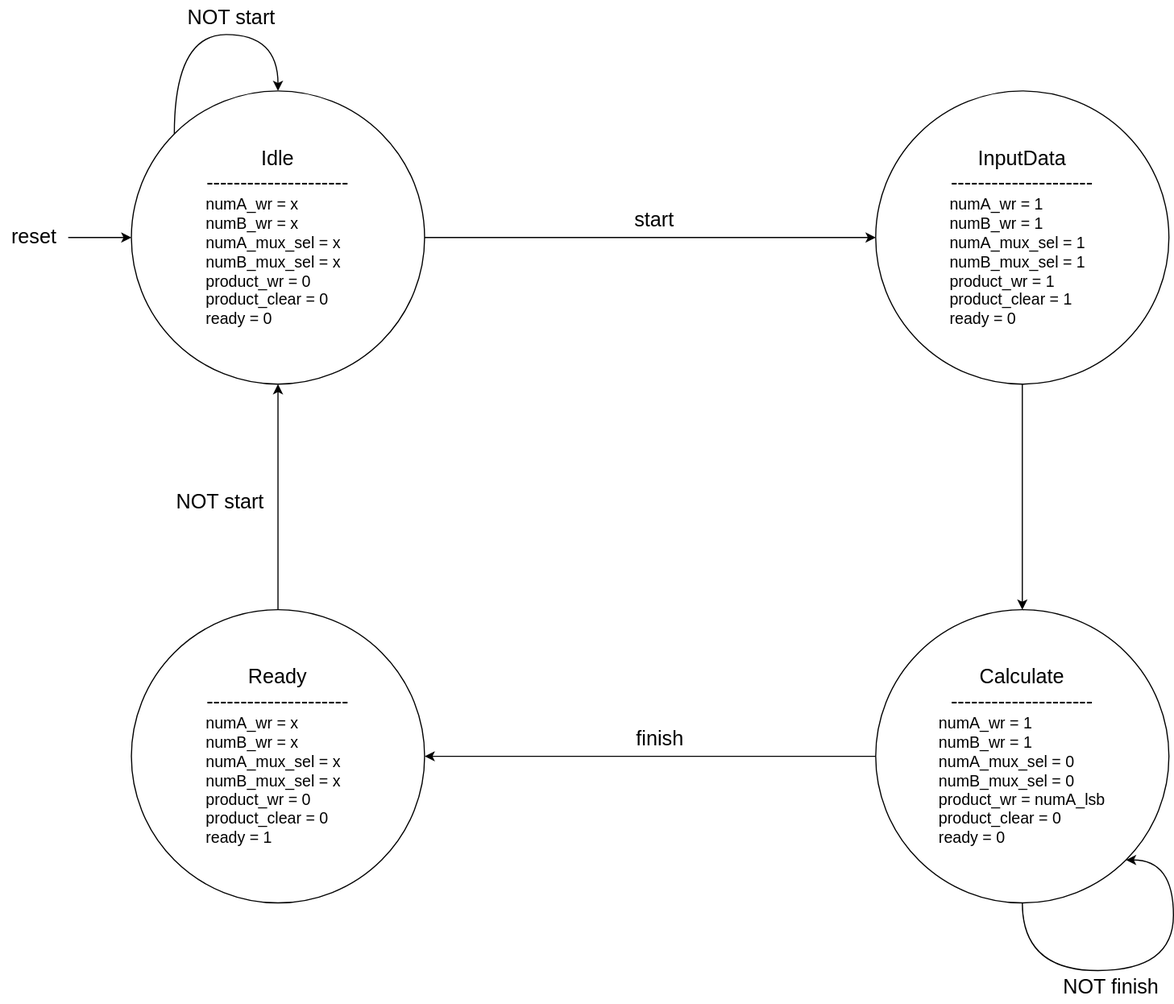
This is Tayyab/SequentialSignedMultiplier/docs/images/stg.drawio.svg from medsuet/Xcelerium-IC-Design-Training, a draw.io export, as it was before one commit. Source tidied: cells renumbered, new cells last; positions are measured from the earlier drawing's top-left corner, leaving out a move shared by most shapes.
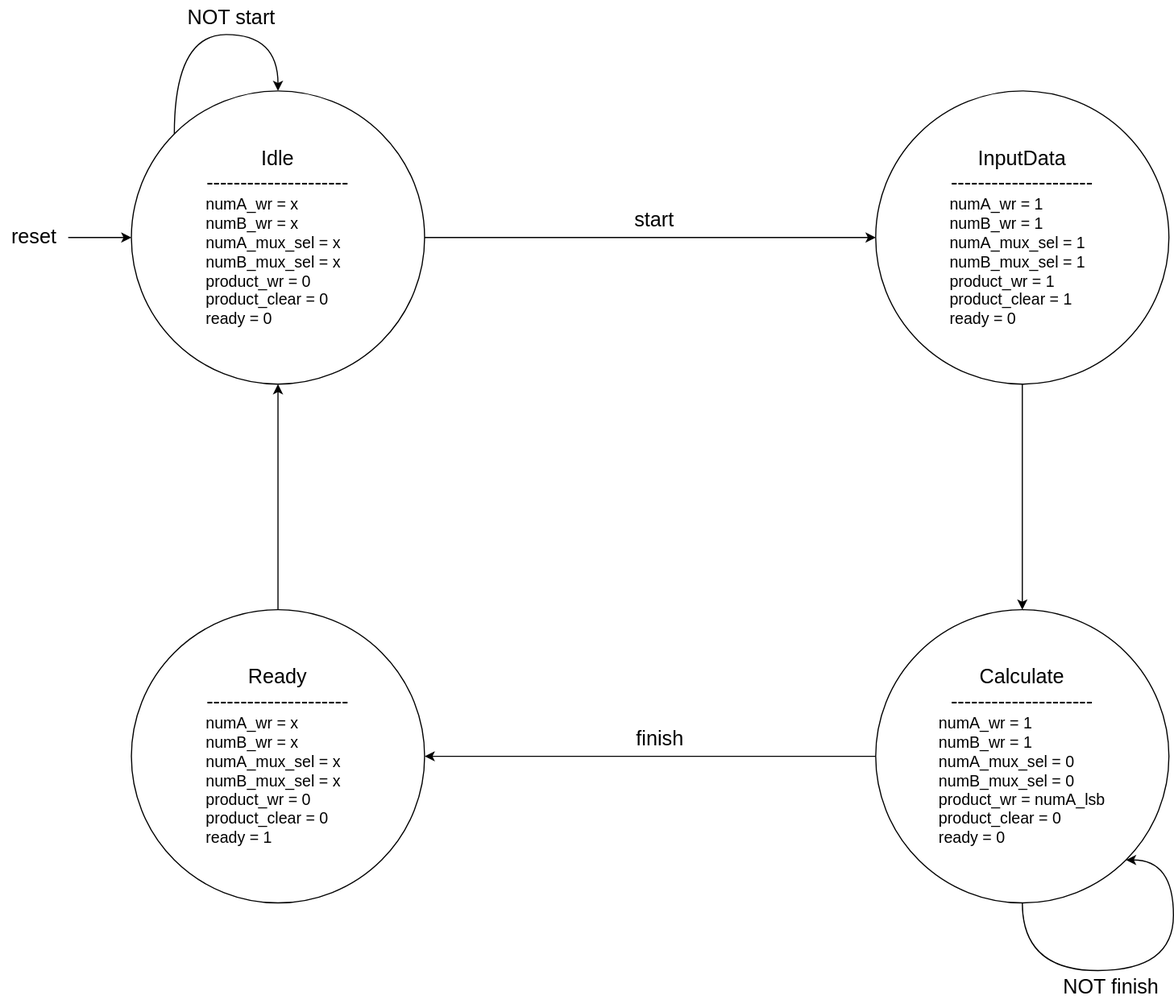
Later version of the same file.

Change to the diagram source:
```diff
@@ -23,9 +23,6 @@
     <mxCell id="8" value="start" style="text;html=1;align=center;verticalAlign=middle;whiteSpace=wrap;rounded=0;fontSize=18;" parent="1" vertex="1">
       <mxGeometry x="550" y="180" width="60" height="30" as="geometry" />
     </mxCell>
-    <mxCell id="9" value="NOT start" style="text;html=1;align=center;verticalAlign=middle;whiteSpace=wrap;rounded=0;fontSize=18;" parent="1" vertex="1">
-      <mxGeometry x="150" y="430" width="90" height="30" as="geometry" />
-    </mxCell>
     <mxCell id="10" value="NOT finish" style="text;html=1;align=center;verticalAlign=middle;whiteSpace=wrap;rounded=0;fontSize=18;" parent="1" vertex="1">
       <mxGeometry x="940" y="860" width="90" height="30" as="geometry" />
     </mxCell>
```
